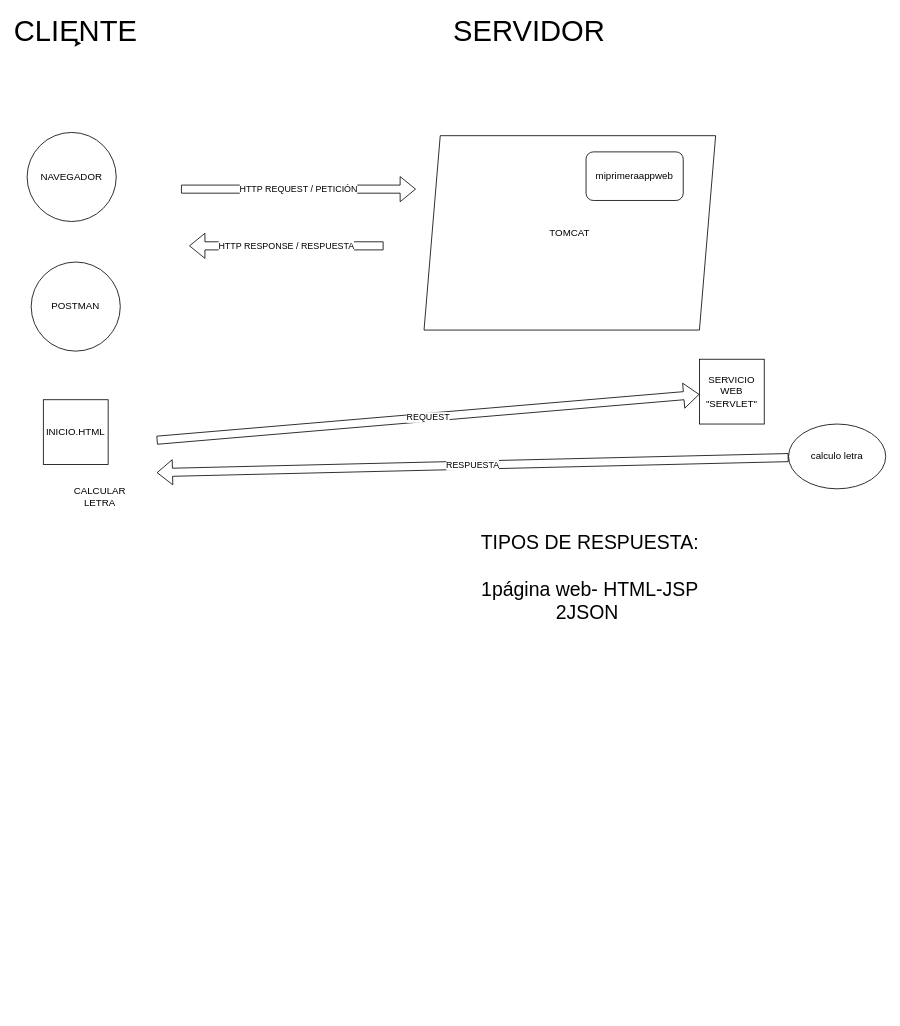
This is proyectoprofe1/DOCU/arquitectura http.drawio from Valexx55/repoclasejava, a draw.io file, before an edit. Source tidied: cells renumbered, new cells numbered last; positions are measured from the earlier drawing's top-left corner, leaving out a move shared by most shapes. Both pictures are drawn from the tidied source at 81%, with x=0, y=0 at pixel (27, 19).
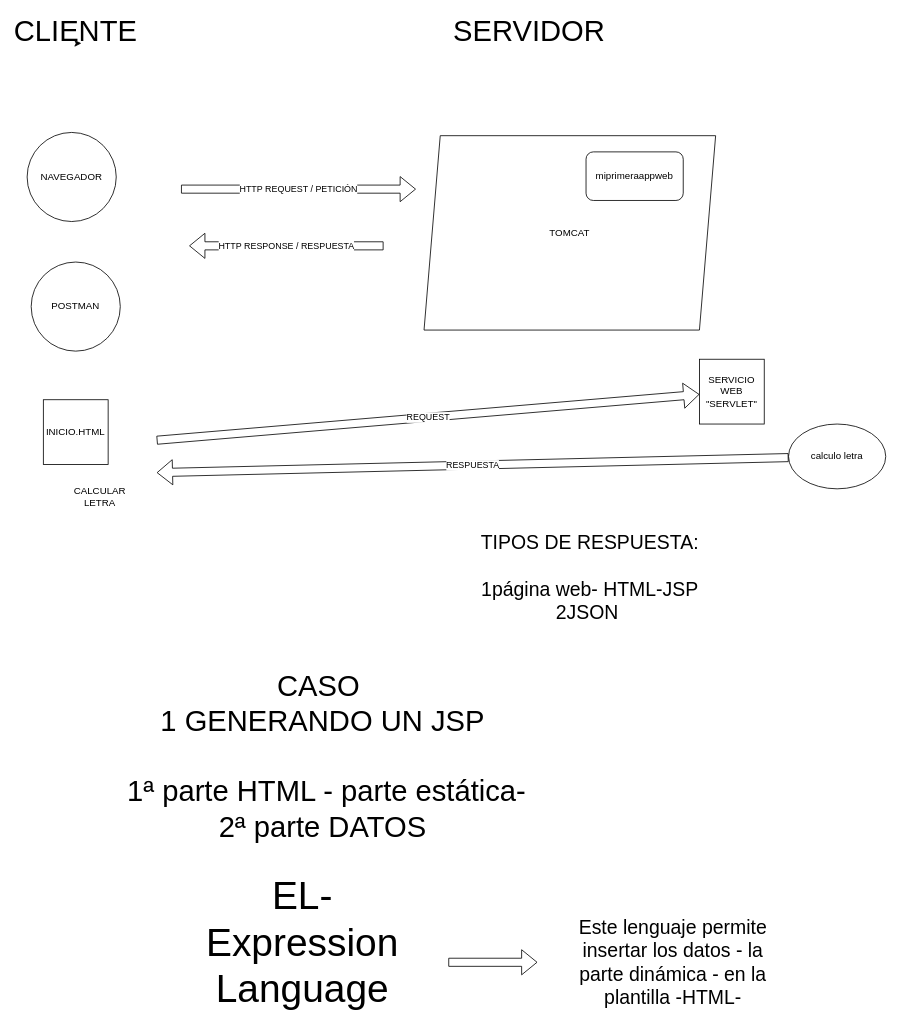
Above is the later version.

Change to the diagram source:
```diff
@@
+    <mxCell id="18" value="&lt;font style=&quot;font-size: 36px&quot;&gt;CASO&lt;br&gt;&amp;nbsp;1 GENERANDO UN JSP&lt;/font&gt;" style="text;html=1;strokeColor=none;fillColor=none;align=center;verticalAlign=middle;whiteSpace=wrap;rounded=0;" parent="1" vertex="1">
+      <mxGeometry x="100" y="820" width="520" height="50" as="geometry" />
+    </mxCell>
+    <mxCell id="19" value="&lt;span style=&quot;font-size: 36px&quot;&gt;1ª parte HTML - parte estática-&lt;br&gt;&lt;/span&gt;&lt;span style=&quot;font-size: 36px&quot;&gt;2ª parte DATOS&amp;nbsp;&lt;/span&gt;&lt;span style=&quot;font-size: 36px&quot;&gt;&lt;br&gt;&lt;/span&gt;" style="text;html=1;strokeColor=none;fillColor=none;align=center;verticalAlign=middle;whiteSpace=wrap;rounded=0;" parent="1" vertex="1">
+      <mxGeometry x="110" y="950" width="520" height="50" as="geometry" />
+    </mxCell>
+    <mxCell id="20" value="&lt;font style=&quot;font-size: 48px&quot;&gt;EL- Expression Language&lt;/font&gt;" style="text;html=1;strokeColor=none;fillColor=none;align=center;verticalAlign=middle;whiteSpace=wrap;rounded=0;" parent="1" vertex="1">
+      <mxGeometry x="320" y="1130" width="40" height="20" as="geometry" />
+    </mxCell>
+    <mxCell id="21" value="&lt;font style=&quot;font-size: 24px&quot;&gt;Este lenguaje permite&lt;br&gt;&lt;/font&gt;&lt;font style=&quot;font-size: 24px&quot;&gt;insertar los datos - la parte dinámica - en la plantilla -HTML-&lt;/font&gt;" style="text;html=1;strokeColor=none;fillColor=none;align=center;verticalAlign=middle;whiteSpace=wrap;rounded=0;" parent="1" vertex="1">
+      <mxGeometry x="675" y="1120" width="245" height="90" as="geometry" />
+    </mxCell>
+    <mxCell id="22" style="shape=flexArrow;endArrow=classic;html=1;" parent="1" edge="1">
+      <mxGeometry relative="1" as="geometry">
+        <mxPoint x="520" y="1164.5" as="sourcePoint" />
+        <mxPoint x="630" y="1164.5" as="targetPoint" />
+      </mxGeometry>
+    </mxCell>
```
